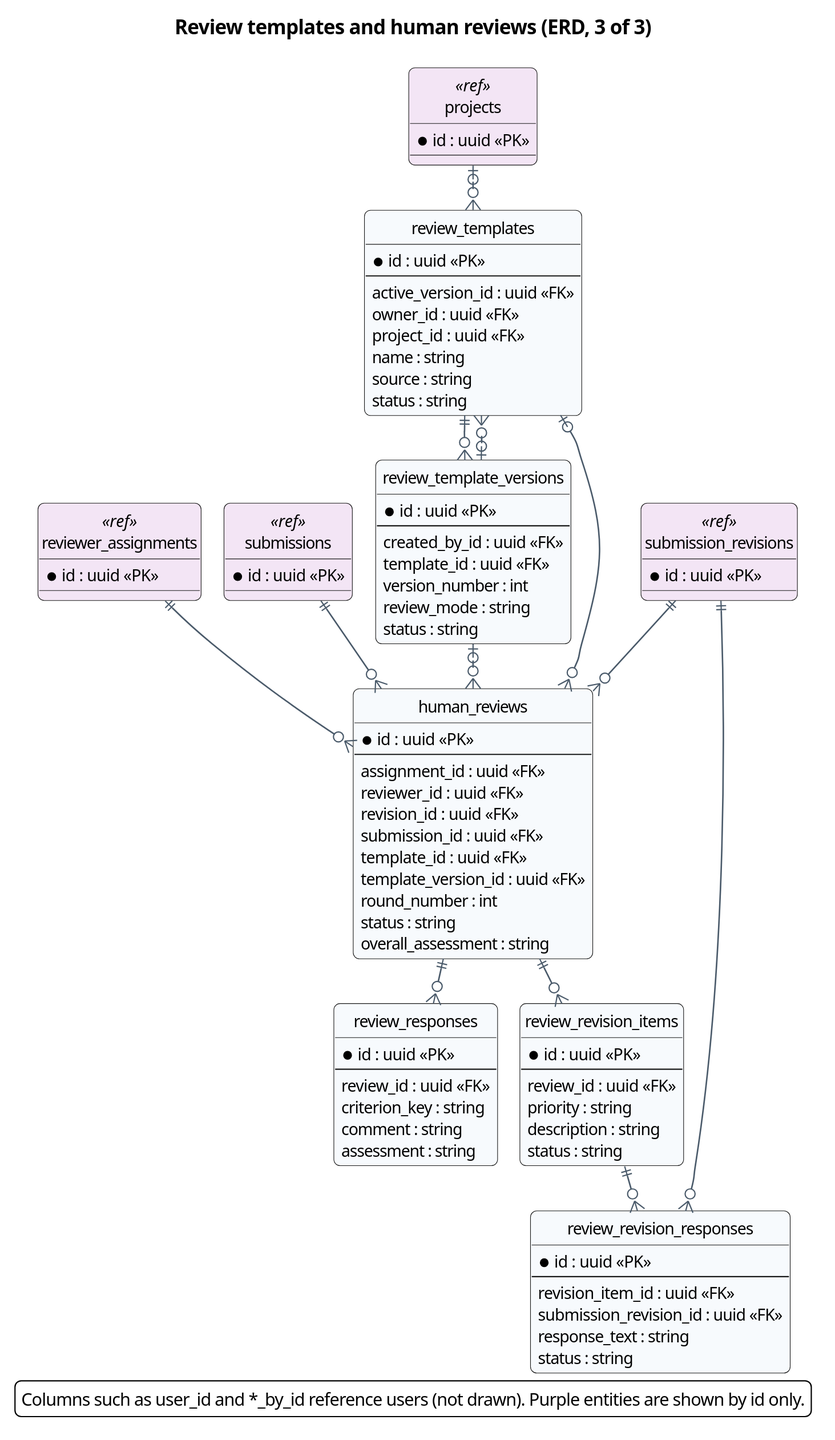
This is docs/diagrams/report4/R4_ERD_review_c.svg from Khoa-Hoa-Technology-Solution-Company/lumi-gap, a PlantUML export, as it was before one commit. Source of this version:
```plantuml
@startuml
!pragma layout smetana
skinparam dpi 150
skinparam defaultFontName "Segoe UI"
skinparam defaultFontSize 13
skinparam shadowing false
skinparam roundCorner 10
skinparam ArrowColor #4A5A6A
skinparam ArrowThickness 1.2
skinparam BorderColor #2F6DB5
skinparam BackgroundColor #FFFFFF
skinparam TitleFontSize 16
skinparam TitleFontStyle bold
skinparam entity {
  BackgroundColor #F7FAFD
  BorderColor #2F6DB5
}
skinparam entity<<ref>> {
  BackgroundColor #F3E5F5
  BorderColor #7B1FA2
}
skinparam linetype ortho
hide circle
title Review templates and human reviews (ERD, 3 of 3)
entity review_templates #F7FAFD {
  * id : uuid <<PK>>
  --
  active_version_id : uuid <<FK>>
  owner_id : uuid <<FK>>
  project_id : uuid <<FK>>
  name : string
  source : string
  status : string
}
entity review_template_versions #F7FAFD {
  * id : uuid <<PK>>
  --
  created_by_id : uuid <<FK>>
  template_id : uuid <<FK>>
  version_number : int
  review_mode : string
  status : string
}
entity human_reviews #F7FAFD {
  * id : uuid <<PK>>
  --
  assignment_id : uuid <<FK>>
  reviewer_id : uuid <<FK>>
  revision_id : uuid <<FK>>
  submission_id : uuid <<FK>>
  template_id : uuid <<FK>>
  template_version_id : uuid <<FK>>
  round_number : int
  status : string
  overall_assessment : string
}
entity review_responses #F7FAFD {
  * id : uuid <<PK>>
  --
  review_id : uuid <<FK>>
  criterion_key : string
  comment : string
  assessment : string
}
entity review_revision_items #F7FAFD {
  * id : uuid <<PK>>
  --
  review_id : uuid <<FK>>
  priority : string
  description : string
  status : string
}
entity review_revision_responses #F7FAFD {
  * id : uuid <<PK>>
  --
  revision_item_id : uuid <<FK>>
  submission_revision_id : uuid <<FK>>
  response_text : string
  status : string
}
entity projects <<ref>> #F3E5F5 {
  * id : uuid <<PK>>
}
entity reviewer_assignments <<ref>> #F3E5F5 {
  * id : uuid <<PK>>
}
entity submission_revisions <<ref>> #F3E5F5 {
  * id : uuid <<PK>>
}
entity submissions <<ref>> #F3E5F5 {
  * id : uuid <<PK>>
}
human_reviews ||--o{ review_responses
human_reviews ||--o{ review_revision_items
projects |o--o{ review_templates
review_revision_items ||--o{ review_revision_responses
review_template_versions |o--o{ human_reviews
review_template_versions |o--o{ review_templates
review_templates |o--o{ human_reviews
review_templates ||--o{ review_template_versions
reviewer_assignments ||--o{ human_reviews
submission_revisions ||--o{ human_reviews
submission_revisions ||--o{ review_revision_responses
submissions ||--o{ human_reviews
legend bottom
Columns such as user_id and *_by_id reference users (not drawn). Purple entities are shown by id only.
endlegend
@enduml
```
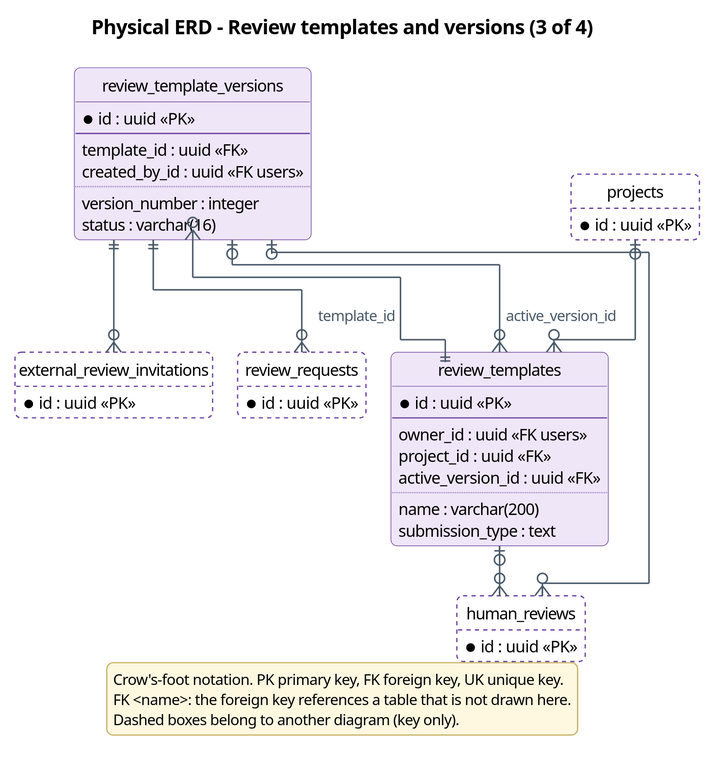
The same diagram one commit later.

What changed in the source:
```diff
@@ -1,108 +1,71 @@
 @startuml
-!pragma layout smetana
-skinparam dpi 150
+!pragma layout elk
+skinparam dpi 200
 skinparam defaultFontName "Segoe UI"
 skinparam defaultFontSize 13
 skinparam shadowing false
 skinparam roundCorner 10
+skinparam backgroundColor #FFFFFF
 skinparam ArrowColor #4A5A6A
 skinparam ArrowThickness 1.2
-skinparam BorderColor #2F6DB5
-skinparam BackgroundColor #FFFFFF
+skinparam ArrowFontSize 12
+skinparam ArrowFontColor #4A5A6A
 skinparam TitleFontSize 16
 skinparam TitleFontStyle bold
 skinparam entity {
-  BackgroundColor #F7FAFD
-  BorderColor #2F6DB5
+  BackgroundColor #EFE6F8
+  BorderColor #6A3FA0
 }
-skinparam entity<<ref>> {
-  BackgroundColor #F3E5F5
-  BorderColor #7B1FA2
+skinparam legend {
+  BackgroundColor #FFF8E1
+  BorderColor #C9B36B
+  FontSize 12
 }
-skinparam linetype ortho
+skinparam stereotypeFontSize 10
 hide circle
-title Review templates and human reviews (ERD, 3 of 3)
-entity review_templates #F7FAFD {
+hide empty methods
+title Physical ERD - Review templates and versions (3 of 4)
+entity review_templates #EFE6F8;line:6A3FA0 {
   * id : uuid <<PK>>
   --
+  owner_id : uuid <<FK users>>
+  project_id : uuid <<FK>>
   active_version_id : uuid <<FK>>
-  owner_id : uuid <<FK>>
-  project_id : uuid <<FK>>
-  name : string
-  source : string
-  status : string
+  ..
+  name : varchar(200)
+  submission_type : text
 }
-entity review_template_versions #F7FAFD {
+entity review_template_versions #EFE6F8;line:6A3FA0 {
   * id : uuid <<PK>>
   --
-  created_by_id : uuid <<FK>>
   template_id : uuid <<FK>>
-  version_number : int
-  review_mode : string
-  status : string
+  created_by_id : uuid <<FK users>>
+  ..
+  version_number : integer
+  status : varchar(16)
 }
-entity human_reviews #F7FAFD {
-  * id : uuid <<PK>>
-  --
-  assignment_id : uuid <<FK>>
-  reviewer_id : uuid <<FK>>
-  revision_id : uuid <<FK>>
-  submission_id : uuid <<FK>>
-  template_id : uuid <<FK>>
-  template_version_id : uuid <<FK>>
-  round_number : int
-  status : string
-  overall_assessment : string
-}
-entity review_responses #F7FAFD {
-  * id : uuid <<PK>>
-  --
-  review_id : uuid <<FK>>
-  criterion_key : string
-  comment : string
-  assessment : string
-}
-entity review_revision_items #F7FAFD {
-  * id : uuid <<PK>>
-  --
-  review_id : uuid <<FK>>
-  priority : string
-  description : string
-  status : string
-}
-entity review_revision_responses #F7FAFD {
-  * id : uuid <<PK>>
-  --
-  revision_item_id : uuid <<FK>>
-  submission_revision_id : uuid <<FK>>
-  response_text : string
-  status : string
-}
-entity projects <<ref>> #F3E5F5 {
+entity projects #FFFFFF;line:6A3FA0;line.dashed {
   * id : uuid <<PK>>
 }
-entity reviewer_assignments <<ref>> #F3E5F5 {
+entity human_reviews #FFFFFF;line:6A3FA0;line.dashed {
   * id : uuid <<PK>>
 }
-entity submission_revisions <<ref>> #F3E5F5 {
+entity review_requests #FFFFFF;line:6A3FA0;line.dashed {
   * id : uuid <<PK>>
 }
-entity submissions <<ref>> #F3E5F5 {
+entity external_review_invitations #FFFFFF;line:6A3FA0;line.dashed {
   * id : uuid <<PK>>
 }
-human_reviews ||--o{ review_responses
-human_reviews ||--o{ review_revision_items
 projects |o--o{ review_templates
-review_revision_items ||--o{ review_revision_responses
+review_template_versions ||--o{ external_review_invitations
 review_template_versions |o--o{ human_reviews
-review_template_versions |o--o{ review_templates
+review_template_versions ||--o{ review_requests
+review_template_versions |o--o{ review_templates : active_version_id
 review_templates |o--o{ human_reviews
-review_templates ||--o{ review_template_versions
-reviewer_assignments ||--o{ human_reviews
-submission_revisions ||--o{ human_reviews
-submission_revisions ||--o{ review_revision_responses
-submissions ||--o{ human_reviews
+review_templates ||--o{ review_template_versions : template_id
 legend bottom
-Columns such as user_id and *_by_id reference users (not drawn). Purple entities are shown by id only.
+Crow's-foot notation. PK primary key, FK foreign key, UK unique key.
+FK <name>: the foreign key references a table that is not drawn here.
+Dashed boxes belong to another diagram (key only).
 endlegend
 @enduml
```
